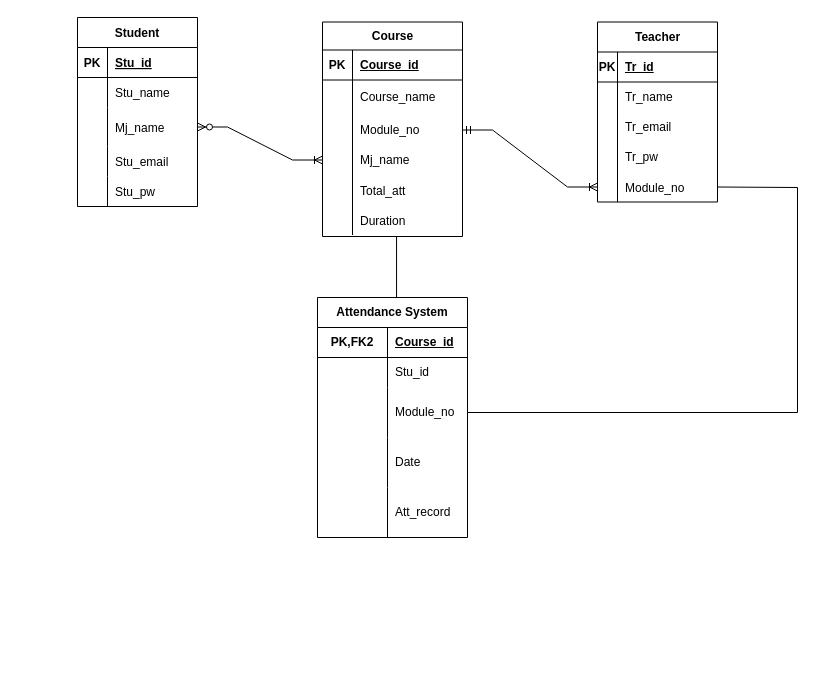
The draw.io diagram ER.drawio in KhunMaungNgwee/InternShipProject, before the edit. Source tidied: cells renumbered, new cells numbered last; positions are measured from the earlier drawing's top-left corner, leaving out a move shared by most shapes. Both pictures are drawn from the tidied source at 100%, with x=0, y=0 at pixel (77, 17).
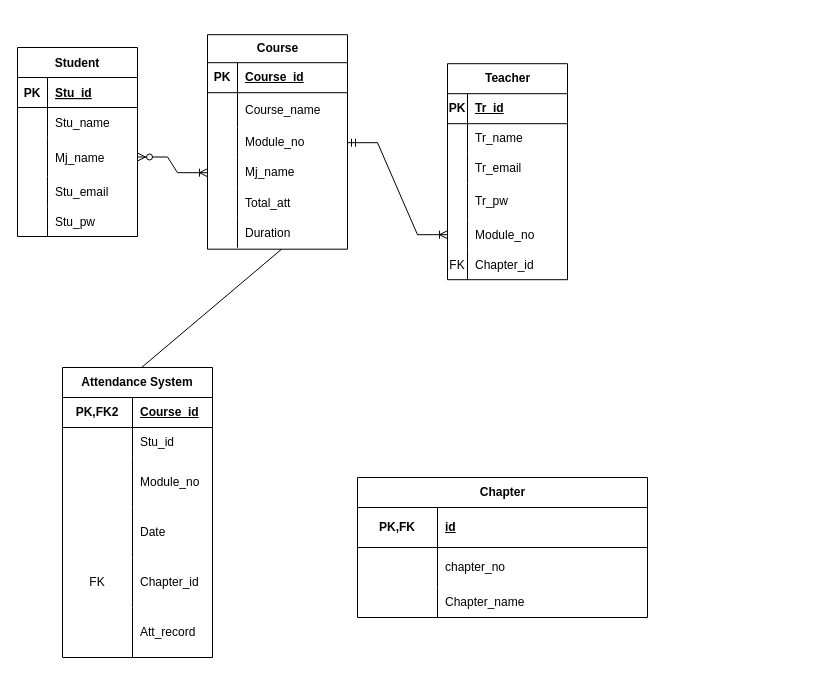
The same page after the edit.

Unchanged cells that the change refers to:
```xml
<mxCell id="44" style="shape=tableRow;horizontal=0;startSize=0;swimlaneHead=0;swimlaneBody=0;fillColor=none;points=[[0,0.5],[1,0.5]];portConstraint=eastwest;top=0;left=0;right=0;bottom=0;html=1;" parent="37" vertex="1">
  <mxGeometry y="90" width="150" height="50" as="geometry" />
</mxCell>
<mxCell id="50" style="shape=tableRow;horizontal=0;startSize=0;swimlaneHead=0;swimlaneBody=0;fillColor=none;top=0;left=0;right=0;bottom=0;html=1;" parent="37" vertex="1">
  <mxGeometry y="190" width="150" height="50" as="geometry" />
</mxCell>
```

Change to the diagram source:
```diff
@@
     <mxCell id="2" value="Student" style="shape=table;startSize=30;childLayout=tableLayout;rowLines=0;fontStyle=1;align=center;" parent="1" vertex="1">
-      <mxGeometry width="120" height="189" as="geometry" />
+      <mxGeometry x="-60" y="30" width="120" height="189" as="geometry" />
     </mxCell>
@@
     <mxCell id="18" value="Course" style="shape=table;startSize=28;childLayout=tableLayout;rowLines=0;fontStyle=1;align=center;html=1;" parent="1" vertex="1">
-      <mxGeometry x="245" y="4.5" width="140" height="214.5" as="geometry" />
+      <mxGeometry x="130" y="17.2" width="140" height="214.5" as="geometry" />
     </mxCell>
@@
     <mxCell id="37" value="&lt;span style=&quot;text-wrap: nowrap;&quot;&gt;Attendance System&lt;/span&gt;" style="shape=table;startSize=30;childLayout=tableLayout;rowLines=0;fontStyle=1;align=center;html=1;whiteSpace=wrap;flipV=0;" parent="1" vertex="1">
-      <mxGeometry x="240" y="280" width="150" height="240" as="geometry" />
+      <mxGeometry x="-15" y="350" width="150" height="290" as="geometry" />
     </mxCell>
@@
-    <mxCell id="51" style="shape=partialRectangle;fillColor=none;top=0;left=0;bottom=0;right=0;overflow=hidden;html=1;whiteSpace=wrap;" parent="50" vertex="1">
+    <mxCell id="51" value="FK" style="shape=partialRectangle;fillColor=none;top=0;left=0;bottom=0;right=0;overflow=hidden;html=1;whiteSpace=wrap;" parent="50" vertex="1">
       <mxGeometry width="70" height="50" as="geometry" />
     </mxCell>
-    <mxCell id="52" value="Att_record" style="shape=partialRectangle;fillColor=none;top=0;left=0;bottom=0;right=0;align=left;spacingLeft=6;overflow=hidden;html=1;whiteSpace=wrap;" parent="50" vertex="1">
+    <mxCell id="52" value="Chapter_id" style="shape=partialRectangle;fillColor=none;top=0;left=0;bottom=0;right=0;align=left;spacingLeft=6;overflow=hidden;html=1;whiteSpace=wrap;" parent="50" vertex="1">
       <mxGeometry x="70" width="80" height="50" as="geometry" />
     </mxCell>
+    <mxCell id="73" style="shape=tableRow;horizontal=0;startSize=0;swimlaneHead=0;swimlaneBody=0;fillColor=none;top=0;left=0;right=0;bottom=0;html=1;" parent="37" vertex="1">
+      <mxGeometry y="240" width="150" height="50" as="geometry" />
+    </mxCell>
+    <mxCell id="74" style="shape=partialRectangle;fillColor=none;top=0;left=0;bottom=0;right=0;overflow=hidden;html=1;whiteSpace=wrap;" parent="73" vertex="1">
+      <mxGeometry width="70" height="50" as="geometry" />
+    </mxCell>
+    <mxCell id="75" value="Att_record" style="shape=partialRectangle;fillColor=none;top=0;left=0;bottom=0;right=0;align=left;spacingLeft=6;overflow=hidden;html=1;whiteSpace=wrap;" parent="73" vertex="1">
+      <mxGeometry x="70" width="80" height="50" as="geometry" />
+    </mxCell>
     <mxCell id="53" value="Teacher" style="shape=table;startSize=30;childLayout=tableLayout;rowLines=0;fontStyle=1;align=center;html=1;" parent="1" vertex="1">
-      <mxGeometry x="520" y="4.5" width="120" height="180" as="geometry" />
+      <mxGeometry x="370" y="46.2" width="120" height="216" as="geometry" />
     </mxCell>
@@
     <mxCell id="63" style="shape=tableRow;horizontal=0;startSize=0;swimlaneHead=0;swimlaneBody=0;fillColor=none;top=0;left=0;right=0;bottom=0;" parent="53" vertex="1">
-      <mxGeometry y="120" width="120" height="30" as="geometry" />
+      <mxGeometry y="120" width="120" height="36" as="geometry" />
     </mxCell>
     <mxCell id="64" style="shape=partialRectangle;fillColor=none;top=0;left=0;bottom=0;right=0;overflow=hidden;whiteSpace=wrap;html=1;" parent="63" vertex="1">
-      <mxGeometry width="20" height="30" as="geometry" />
+      <mxGeometry width="20" height="36" as="geometry" />
     </mxCell>
     <mxCell id="65" value="Tr_pw" style="shape=partialRectangle;fillColor=none;top=0;left=0;bottom=0;right=0;align=left;spacingLeft=6;overflow=hidden;whiteSpace=wrap;html=1;" parent="63" vertex="1">
-      <mxGeometry x="20" width="100" height="30" as="geometry" />
+      <mxGeometry x="20" width="100" height="36" as="geometry" />
     </mxCell>
     <mxCell id="66" style="shape=tableRow;horizontal=0;startSize=0;swimlaneHead=0;swimlaneBody=0;fillColor=none;points=[[0,0.5],[1,0.5]];portConstraint=eastwest;top=0;left=0;right=0;bottom=0;" parent="53" vertex="1">
-      <mxGeometry y="150" width="120" height="30" as="geometry" />
+      <mxGeometry y="156" width="120" height="30" as="geometry" />
     </mxCell>
@@
+    <mxCell id="76" style="shape=tableRow;horizontal=0;startSize=0;swimlaneHead=0;swimlaneBody=0;fillColor=none;top=0;left=0;right=0;bottom=0;" parent="53" vertex="1">
+      <mxGeometry y="186" width="120" height="30" as="geometry" />
+    </mxCell>
+    <mxCell id="77" value="FK" style="shape=partialRectangle;fillColor=none;top=0;left=0;bottom=0;right=0;overflow=hidden;" parent="76" vertex="1">
+      <mxGeometry width="20" height="30" as="geometry" />
+    </mxCell>
+    <mxCell id="78" value="Chapter_id" style="shape=partialRectangle;fillColor=none;top=0;left=0;bottom=0;right=0;align=left;spacingLeft=6;overflow=hidden;" parent="76" vertex="1">
+      <mxGeometry x="20" width="100" height="30" as="geometry" />
+    </mxCell>
@@
-    <mxCell id="72" style="endArrow=none;html=1;rounded=0;entryX=1;entryY=0.5;entryDx=0;entryDy=0;exitX=1;exitY=0.5;exitDx=0;exitDy=0;" parent="1" edge="1" source="44" target="66">
-      <mxGeometry relative="1" as="geometry">
-        <Array as="points">
-          <mxPoint x="720" y="395" />
-          <mxPoint x="720" y="170" />
-        </Array>
-      </mxGeometry>
-    </mxCell>
+    <mxCell id="79" value="Chapter" style="shape=table;startSize=30;childLayout=tableLayout;rowLines=0;fontStyle=1;align=center;html=1;" parent="1" vertex="1">
+      <mxGeometry x="280" y="460" width="290" height="140" as="geometry" />
+    </mxCell>
+    <mxCell id="80" style="shape=tableRow;horizontal=0;startSize=0;swimlaneHead=0;swimlaneBody=0;fillColor=none;top=0;left=0;right=0;bottom=1;" parent="79" vertex="1">
+      <mxGeometry y="30" width="290" height="40" as="geometry" />
+    </mxCell>
+    <mxCell id="81" value="PK,FK" style="shape=partialRectangle;fillColor=none;top=0;left=0;bottom=0;right=0;fontStyle=1;overflow=hidden;whiteSpace=wrap;html=1;" parent="80" vertex="1">
+      <mxGeometry width="80" height="40" as="geometry" />
+    </mxCell>
+    <mxCell id="82" value="id" style="shape=partialRectangle;fillColor=none;top=0;left=0;bottom=0;right=0;align=left;spacingLeft=6;fontStyle=5;overflow=hidden;whiteSpace=wrap;html=1;" parent="80" vertex="1">
+      <mxGeometry x="80" width="210" height="40" as="geometry" />
+    </mxCell>
+    <mxCell id="83" style="shape=tableRow;horizontal=0;startSize=0;swimlaneHead=0;swimlaneBody=0;fillColor=none;top=0;left=0;right=0;bottom=0;" parent="79" vertex="1">
+      <mxGeometry y="70" width="290" height="40" as="geometry" />
+    </mxCell>
+    <mxCell id="84" style="shape=partialRectangle;fillColor=none;top=0;left=0;bottom=0;right=0;overflow=hidden;whiteSpace=wrap;html=1;" parent="83" vertex="1">
+      <mxGeometry width="80" height="40" as="geometry" />
+    </mxCell>
+    <mxCell id="85" value="chapter_no" style="shape=partialRectangle;fillColor=none;top=0;left=0;bottom=0;right=0;align=left;spacingLeft=6;overflow=hidden;whiteSpace=wrap;html=1;" parent="83" vertex="1">
+      <mxGeometry x="80" width="210" height="40" as="geometry" />
+    </mxCell>
+    <mxCell id="86" style="shape=tableRow;horizontal=0;startSize=0;swimlaneHead=0;swimlaneBody=0;fillColor=none;top=0;left=0;right=0;bottom=0;" parent="79" vertex="1">
+      <mxGeometry y="110" width="290" height="30" as="geometry" />
+    </mxCell>
+    <mxCell id="87" style="shape=partialRectangle;fillColor=none;top=0;left=0;bottom=0;right=0;overflow=hidden;whiteSpace=wrap;html=1;" parent="86" vertex="1">
+      <mxGeometry width="80" height="30" as="geometry" />
+    </mxCell>
+    <mxCell id="88" value="Chapter_name" style="shape=partialRectangle;fillColor=none;top=0;left=0;bottom=0;right=0;align=left;spacingLeft=6;overflow=hidden;whiteSpace=wrap;html=1;" parent="86" vertex="1">
+      <mxGeometry x="80" width="210" height="30" as="geometry" />
+    </mxCell>
```
